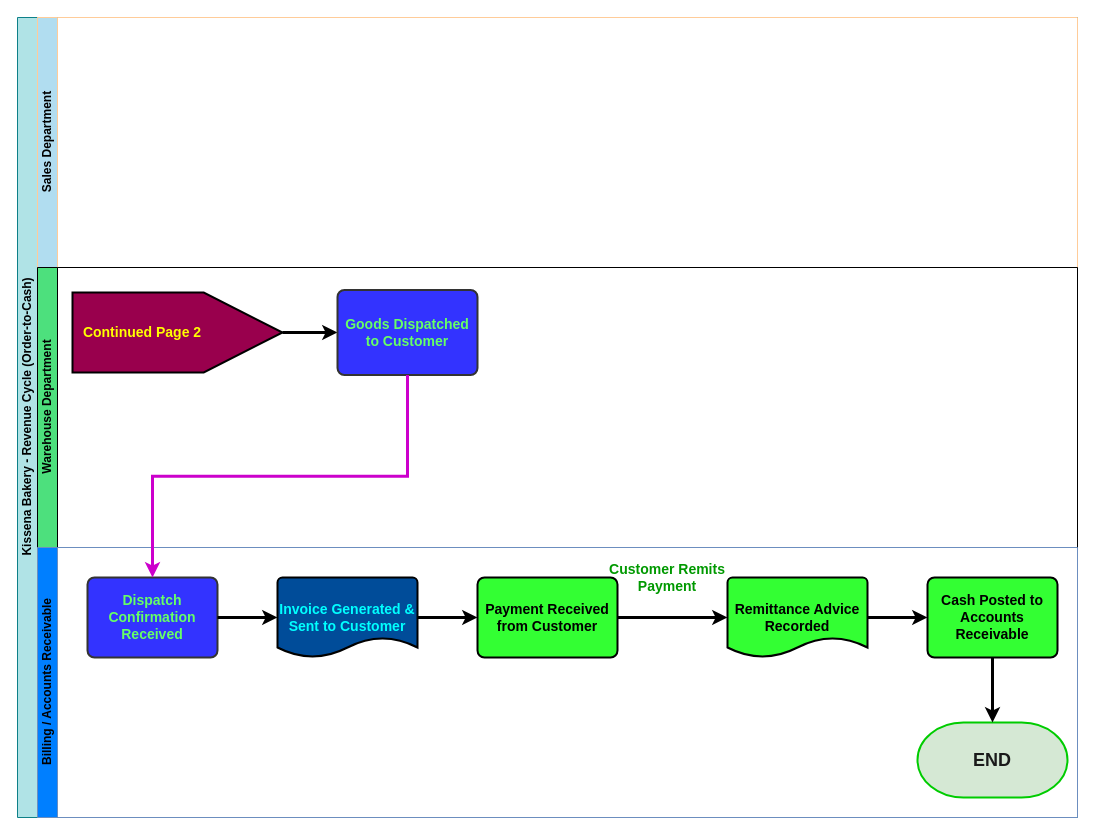
Earlier version of the draw.io diagram page "Page-2" (2 of 2) of Revenue_Cycle_Controls.drawio (diemo1989-dot/drawio). Source tidied: cells renumbered, new cells numbered last; positions are measured from the earlier drawing's top-left corner, leaving out a move shared by most shapes. Both pictures are drawn from the tidied source at 100%, with x=0, y=0 at pixel (17, 17).
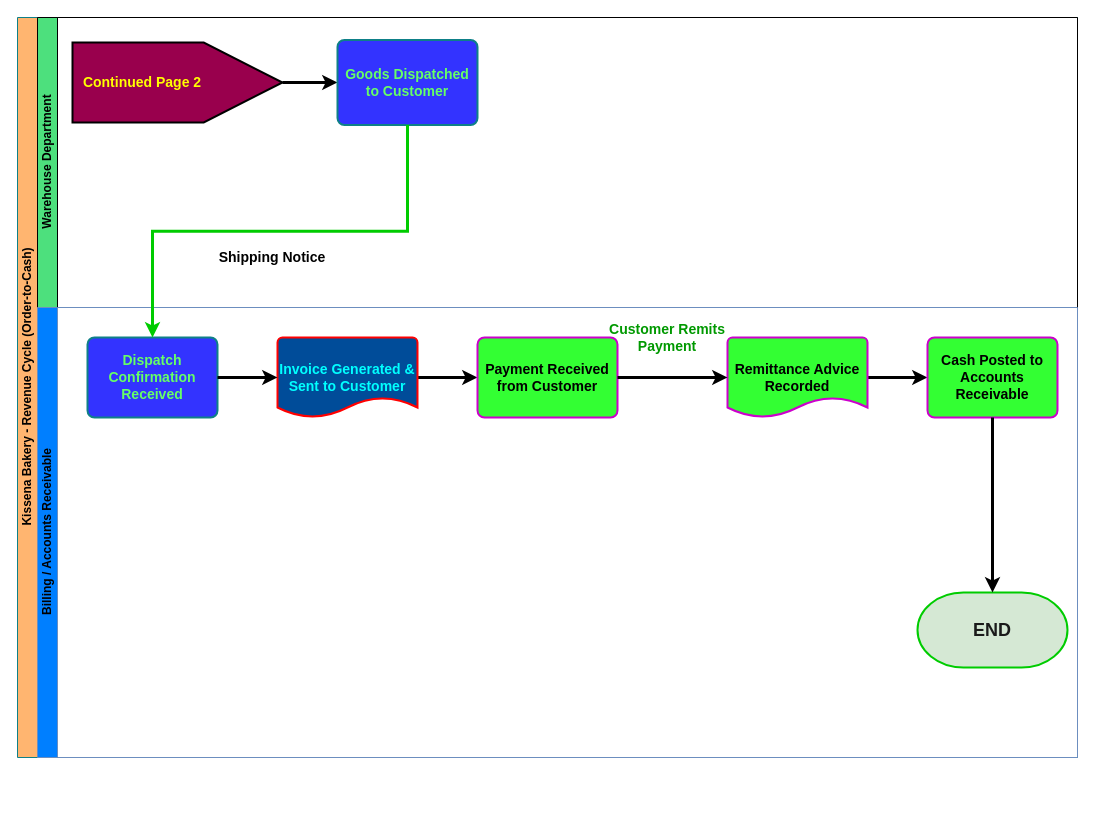
Above is the later version.

Diff of the diagram source:
```diff
@@
-    <mxCell id="2" value="Kissena Bakery - Revenue Cycle (Order-to-Cash)" style="swimlane;horizontal=0;startSize=20;html=1;fillColor=#b0e3e6;strokeColor=#0e8088;" parent="1" vertex="1">
-      <mxGeometry width="1060" height="800" as="geometry" />
+    <mxCell id="2" value="Kissena Bakery - Revenue Cycle (Order-to-Cash)" style="swimlane;horizontal=0;startSize=20;html=1;fillColor=#FFB570;strokeColor=#0e8088;" parent="1" vertex="1">
+      <mxGeometry width="1060" height="740" as="geometry" />
     </mxCell>
-    <mxCell id="3" value="Sales Department" style="swimlane;startSize=20;horizontal=0;html=1;fillColor=#b1ddf0;strokeColor=#FFCC99;" parent="2" vertex="1">
-      <mxGeometry x="20" width="1040" height="250" as="geometry" />
-    </mxCell>
     <mxCell id="4" value="Warehouse Department" style="swimlane;startSize=20;horizontal=0;html=1;fillColor=#4DE07D;" parent="2" vertex="1">
-      <mxGeometry x="20" y="250" width="1040" height="280" as="geometry" />
+      <mxGeometry x="20" width="1040" height="290" as="geometry" />
     </mxCell>
@@
-    <mxCell id="8" value="&lt;div&gt;&lt;font style=&quot;font-size: 14px; color: rgb(102, 255, 102);&quot;&gt;&lt;b style=&quot;&quot;&gt;Goods Dispatched to Customer&lt;/b&gt;&lt;/font&gt;&lt;/div&gt;" style="rounded=1;whiteSpace=wrap;html=1;absoluteArcSize=1;arcSize=14;strokeWidth=2;fillColor=#3333FF;strokeColor=#333333;align=center;verticalAlign=middle;fontFamily=Helvetica;fontSize=12;fontColor=default;" parent="4" vertex="1">
+    <mxCell id="8" value="&lt;div&gt;&lt;font style=&quot;font-size: 14px; color: rgb(102, 255, 102);&quot;&gt;&lt;b style=&quot;&quot;&gt;Goods Dispatched to Customer&lt;/b&gt;&lt;/font&gt;&lt;/div&gt;" style="rounded=1;whiteSpace=wrap;html=1;absoluteArcSize=1;arcSize=14;strokeWidth=2;fillColor=#3333FF;strokeColor=#0E8088;align=center;verticalAlign=middle;fontFamily=Helvetica;fontSize=12;fontColor=default;" parent="4" vertex="1">
       <mxGeometry x="300" y="22.5" width="140" height="85" as="geometry" />
     </mxCell>
+    <mxCell id="23" value="&lt;font style=&quot;font-size: 14px; color: rgb(0, 0, 0);&quot;&gt;&lt;b style=&quot;&quot;&gt;Shipping Notice&lt;/b&gt;&lt;/font&gt;" style="text;html=1;whiteSpace=wrap;strokeColor=none;fillColor=none;align=center;verticalAlign=middle;rounded=0;" parent="4" vertex="1">
+      <mxGeometry x="170" y="225" width="130" height="30" as="geometry" />
+    </mxCell>
     <mxCell id="9" value="Billing / Accounts Receivable" style="swimlane;startSize=20;horizontal=0;html=1;fillColor=#007FFF;strokeColor=#6c8ebf;gradientColor=none;" parent="2" vertex="1">
-      <mxGeometry x="20" y="530" width="1040" height="270" as="geometry" />
+      <mxGeometry x="20" y="290" width="1040" height="450" as="geometry" />
     </mxCell>
-    <mxCell id="10" value="&lt;b&gt;&lt;font style=&quot;font-size: 14px; color: rgb(102, 255, 102);&quot;&gt;Dispatch Confirmation Received&lt;/font&gt;&lt;/b&gt;" style="rounded=1;whiteSpace=wrap;html=1;absoluteArcSize=1;arcSize=14;strokeWidth=2;fillColor=#3333FF;strokeColor=#333333;align=center;verticalAlign=middle;fontFamily=Helvetica;fontSize=12;fontColor=default;" parent="9" vertex="1">
+    <mxCell id="10" value="&lt;b&gt;&lt;font style=&quot;font-size: 14px; color: rgb(102, 255, 102);&quot;&gt;Dispatch Confirmation Received&lt;/font&gt;&lt;/b&gt;" style="rounded=1;whiteSpace=wrap;html=1;absoluteArcSize=1;arcSize=14;strokeWidth=2;fillColor=#3333FF;strokeColor=#0E8088;align=center;verticalAlign=middle;fontFamily=Helvetica;fontSize=12;fontColor=default;" parent="9" vertex="1">
       <mxGeometry x="50" y="30" width="130" height="80" as="geometry" />
     </mxCell>
@@
-    <mxCell id="12" value="&lt;font style=&quot;font-size: 14px; color: rgb(0, 255, 255);&quot;&gt;&lt;b style=&quot;&quot;&gt;Invoice Generated &amp;amp; Sent to Customer&lt;/b&gt;&lt;/font&gt;" style="strokeWidth=2;html=1;shape=mxgraph.flowchart.document2;whiteSpace=wrap;size=0.25;strokeColor=default;align=center;verticalAlign=middle;fontFamily=Helvetica;fontSize=12;fontColor=default;fillColor=#004C99;" parent="9" vertex="1">
+    <mxCell id="12" value="&lt;font style=&quot;font-size: 14px; color: rgb(0, 255, 255);&quot;&gt;&lt;b style=&quot;&quot;&gt;Invoice Generated &amp;amp; Sent to Customer&lt;/b&gt;&lt;/font&gt;" style="strokeWidth=2;html=1;shape=mxgraph.flowchart.document2;whiteSpace=wrap;size=0.25;strokeColor=#FF0000;align=center;verticalAlign=middle;fontFamily=Helvetica;fontSize=12;fontColor=default;fillColor=#004C99;" parent="9" vertex="1">
       <mxGeometry x="240" y="30" width="140" height="80" as="geometry" />
     </mxCell>
-    <mxCell id="13" value="&lt;b&gt;&lt;font style=&quot;font-size: 14px;&quot;&gt;Payment Received from Customer&lt;/font&gt;&lt;/b&gt;" style="rounded=1;whiteSpace=wrap;html=1;absoluteArcSize=1;arcSize=14;strokeWidth=2;fillColor=#33FF33;" parent="9" vertex="1">
+    <mxCell id="13" value="&lt;b&gt;&lt;font style=&quot;font-size: 14px;&quot;&gt;Payment Received from Customer&lt;/font&gt;&lt;/b&gt;" style="rounded=1;whiteSpace=wrap;html=1;absoluteArcSize=1;arcSize=14;strokeWidth=2;fillColor=#33FF33;strokeColor=#CC00CC;" parent="9" vertex="1">
       <mxGeometry x="440" y="30" width="140" height="80" as="geometry" />
     </mxCell>
@@
-    <mxCell id="15" value="&lt;font style=&quot;font-size: 14px;&quot;&gt;&lt;b&gt;Remittance Advice Recorded&lt;/b&gt;&lt;/font&gt;" style="strokeWidth=2;html=1;shape=mxgraph.flowchart.document2;whiteSpace=wrap;size=0.25;strokeColor=default;align=center;verticalAlign=middle;fontFamily=Helvetica;fontSize=12;fontColor=default;fillColor=#33FF33;rounded=1;arcSize=14;absoluteArcSize=1;" parent="9" vertex="1">
+    <mxCell id="15" value="&lt;font style=&quot;font-size: 14px;&quot;&gt;&lt;b&gt;Remittance Advice Recorded&lt;/b&gt;&lt;/font&gt;" style="strokeWidth=2;html=1;shape=mxgraph.flowchart.document2;whiteSpace=wrap;size=0.25;strokeColor=#CC00CC;align=center;verticalAlign=middle;fontFamily=Helvetica;fontSize=12;fontColor=default;fillColor=#33FF33;rounded=1;arcSize=14;absoluteArcSize=1;" parent="9" vertex="1">
       <mxGeometry x="690" y="30" width="140" height="80" as="geometry" />
     </mxCell>
@@
-    <mxCell id="19" value="&lt;span style=&quot;font-size: 14px;&quot;&gt;&lt;b&gt;Cash Posted to Accounts Receivable&lt;/b&gt;&lt;/span&gt;" style="rounded=1;whiteSpace=wrap;html=1;absoluteArcSize=1;arcSize=14;strokeWidth=2;fillColor=#33FF33;strokeColor=default;align=center;verticalAlign=middle;fontFamily=Helvetica;fontSize=12;fontColor=default;" parent="9" vertex="1">
+    <mxCell id="19" value="&lt;span style=&quot;font-size: 14px;&quot;&gt;&lt;b&gt;Cash Posted to Accounts Receivable&lt;/b&gt;&lt;/span&gt;" style="rounded=1;whiteSpace=wrap;html=1;absoluteArcSize=1;arcSize=14;strokeWidth=2;fillColor=#33FF33;strokeColor=#CC00CC;align=center;verticalAlign=middle;fontFamily=Helvetica;fontSize=12;fontColor=default;" parent="9" vertex="1">
       <mxGeometry x="890" y="30" width="130" height="80" as="geometry" />
     </mxCell>
     <mxCell id="20" value="&lt;font style=&quot;font-size: 18px; color: rgb(26, 26, 26);&quot;&gt;&lt;b style=&quot;&quot;&gt;END&lt;/b&gt;&lt;/font&gt;" style="strokeWidth=2;html=1;shape=mxgraph.flowchart.terminator;whiteSpace=wrap;fillColor=#D5E8D4;strokeColor=#00CC00;align=center;verticalAlign=middle;fontFamily=Helvetica;fontSize=12;fontColor=default;" parent="9" vertex="1">
-      <mxGeometry x="880" y="175" width="150" height="75" as="geometry" />
+      <mxGeometry x="880" y="285" width="150" height="75" as="geometry" />
     </mxCell>
@@
-    <mxCell id="22" style="edgeStyle=orthogonalEdgeStyle;rounded=0;jettySize=auto;html=1;exitX=0.5;exitY=1;exitDx=0;exitDy=0;entryX=0.5;entryY=0;entryDx=0;entryDy=0;strokeWidth=3;strokeColor=#CC00CC;" parent="2" edge="1" source="8" target="10">
+    <mxCell id="22" style="edgeStyle=orthogonalEdgeStyle;rounded=0;jettySize=auto;html=1;exitX=0.5;exitY=1;exitDx=0;exitDy=0;entryX=0.5;entryY=0;entryDx=0;entryDy=0;strokeWidth=3;strokeColor=#00CC00;" parent="2" edge="1" source="8" target="10">
       <mxGeometry relative="1" as="geometry" />
     </mxCell>
```
